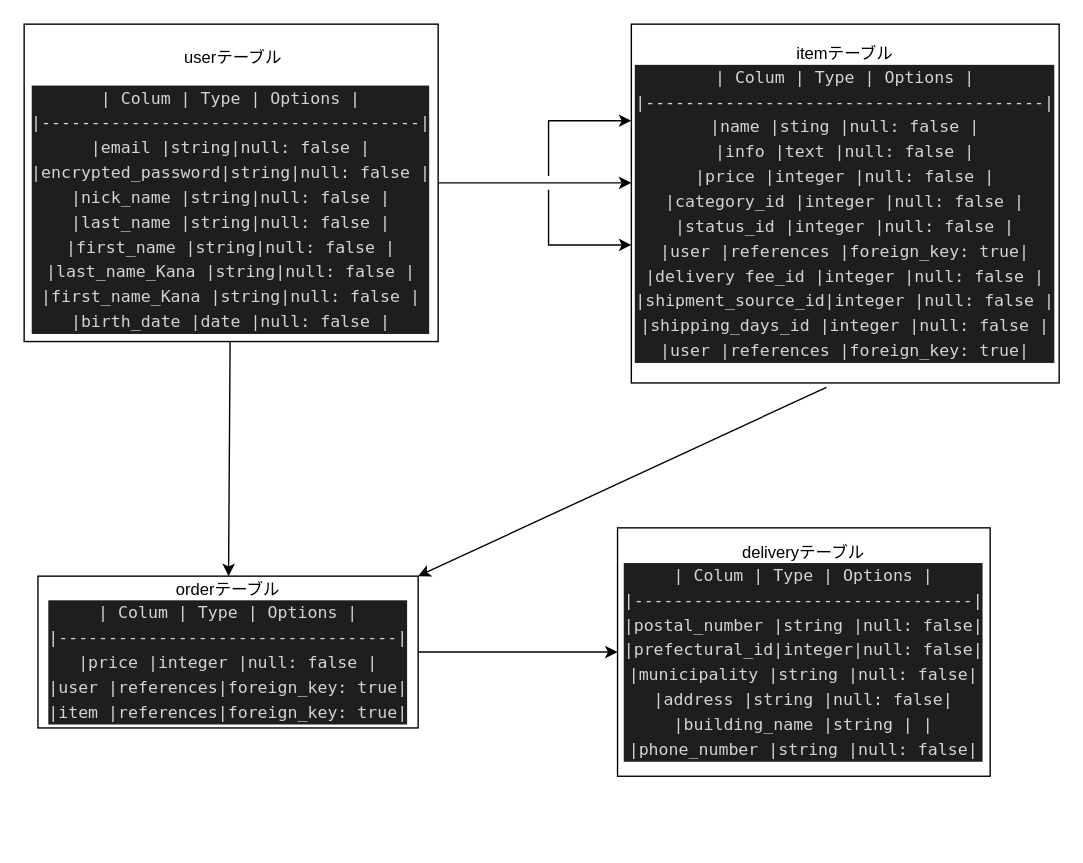
The draw.io diagram furima.dio in kenshiro0107/furima-31158, before the edit. Source tidied: cells renumbered, new cells numbered last; positions are measured from the earlier drawing's top-left corner, leaving out a move shared by most shapes. Both pictures are drawn from the tidied source at 138%, with x=0, y=0 at pixel (23, 23).
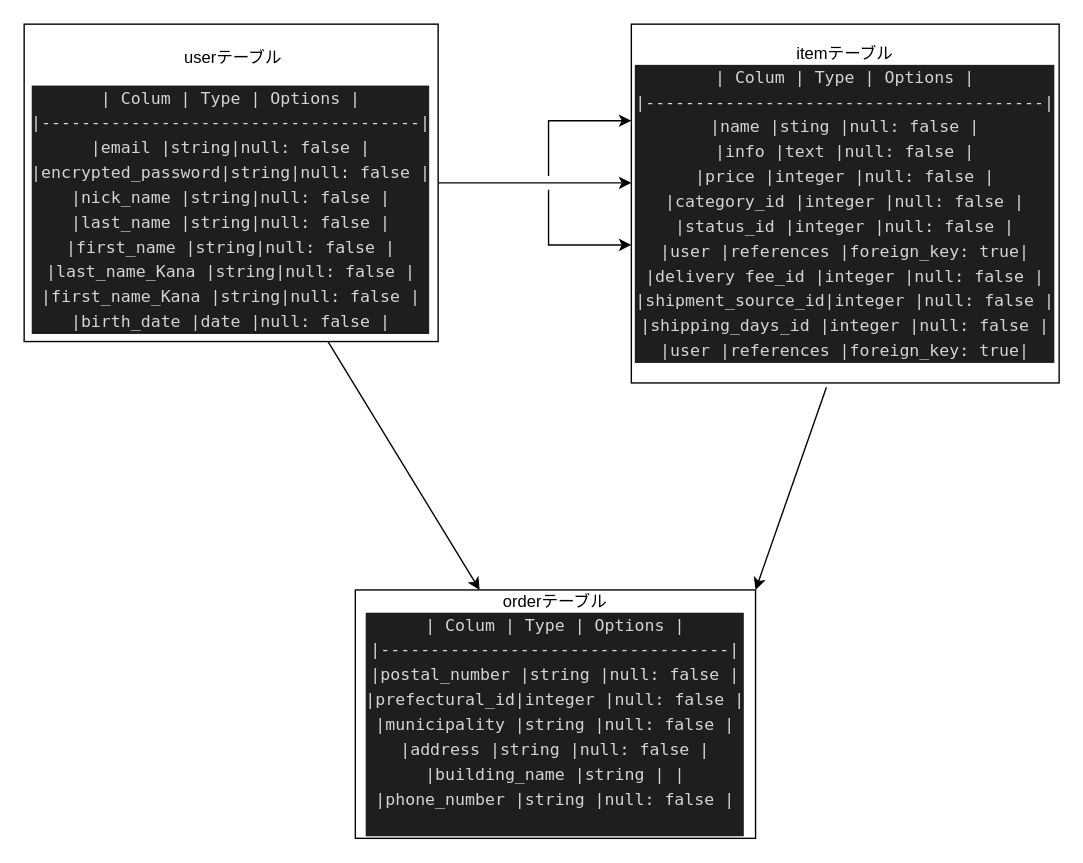
The same page after the edit.

Commit message (it also covers changes not shown here):
データベース設計４

The edit, as a diff of the source:
```diff
@@
 <mxGraphModel>
   <root>
     <mxCell id="0" />
     <mxCell id="1" parent="0" />
     <mxCell id="2" style="edgeStyle=none;rounded=0;jettySize=auto;html=1;" parent="1" edge="1" source="4">
       <mxGeometry relative="1" as="geometry">
         <mxPoint x="440" y="115" as="targetPoint" />
       </mxGeometry>
     </mxCell>
     <mxCell id="3" style="edgeStyle=none;rounded=0;orthogonalLoop=1;jettySize=auto;html=1;" parent="1" edge="1">
       <mxGeometry relative="1" as="geometry">
         <mxPoint x="380" y="110" as="sourcePoint" />
         <mxPoint x="440" y="70" as="targetPoint" />
         <Array as="points">
           <mxPoint x="380" y="70" />
         </Array>
       </mxGeometry>
     </mxCell>
     <mxCell id="4" value="&lt;p&gt;&amp;nbsp;userテーブル&lt;/p&gt;&lt;div style=&quot;color: rgb(212 , 212 , 212) ; background-color: rgb(30 , 30 , 30) ; font-family: &amp;#34;menlo&amp;#34; , &amp;#34;monaco&amp;#34; , &amp;#34;courier new&amp;#34; , monospace ; line-height: 18px&quot;&gt;&lt;div&gt;| Colum            | Type | Options    |&lt;/div&gt;&lt;div&gt;|--------------------------------------|&lt;/div&gt;&lt;div&gt;|email             |string|null: false |&lt;/div&gt;&lt;div&gt;|encrypted_password|string|null: false |&lt;/div&gt;&lt;div&gt;|nick_name         |string|null: false |&lt;/div&gt;&lt;div&gt;|last_name         |string|null: false |&lt;/div&gt;&lt;div&gt;|first_name        |string|null: false |&lt;/div&gt;&lt;div&gt;|last_name_Kana    |string|null: false |&lt;/div&gt;&lt;div&gt;|first_name_Kana   |string|null: false |&lt;/div&gt;&lt;div&gt;|birth_date        |date  |null: false |&lt;/div&gt;&lt;/div&gt;" style="whiteSpace=wrap;html=1;" parent="1" vertex="1">
       <mxGeometry width="300" height="230" as="geometry" />
     </mxCell>
     <mxCell id="5" value="itemテーブル&lt;br&gt;&lt;div style=&quot;color: rgb(212 , 212 , 212) ; background-color: rgb(30 , 30 , 30) ; font-family: &amp;#34;menlo&amp;#34; , &amp;#34;monaco&amp;#34; , &amp;#34;courier new&amp;#34; , monospace ; line-height: 18px&quot;&gt;&lt;div style=&quot;font-family: &amp;#34;menlo&amp;#34; , &amp;#34;monaco&amp;#34; , &amp;#34;courier new&amp;#34; , monospace ; line-height: 18px&quot;&gt;&lt;div style=&quot;font-family: &amp;#34;menlo&amp;#34; , &amp;#34;monaco&amp;#34; , &amp;#34;courier new&amp;#34; , monospace ; line-height: 18px&quot;&gt;&lt;div style=&quot;font-family: &amp;#34;menlo&amp;#34; , &amp;#34;monaco&amp;#34; , &amp;#34;courier new&amp;#34; , monospace ; line-height: 18px&quot;&gt;&lt;div style=&quot;font-family: &amp;#34;menlo&amp;#34; , &amp;#34;monaco&amp;#34; , &amp;#34;courier new&amp;#34; , monospace ; line-height: 18px&quot;&gt;&lt;div&gt;| Colum            | Type        | Options         |&lt;/div&gt;&lt;div&gt;|----------------------------------------|&lt;/div&gt;&lt;div&gt;|name              |sting        |null: false      |&lt;/div&gt;&lt;div&gt;|info              |text         |null: false      |&lt;/div&gt;&lt;div&gt;|price             |integer      |null: false      |&lt;/div&gt;&lt;div&gt;|category_id       |integer      |null: false      |&lt;/div&gt;&lt;div&gt;|status_id         |integer      |null: false      |&lt;/div&gt;&lt;div&gt;|user              |references   |foreign_key: true|&lt;/div&gt;&lt;div&gt;|delivery fee_id   |integer      |null: false      |&lt;/div&gt;&lt;div&gt;|shipment_source_id|integer      |null: false      |&lt;/div&gt;&lt;div&gt;|shipping_days_id  |integer      |null: false      |&lt;/div&gt;&lt;div&gt;|user              |references   |foreign_key: true|&lt;/div&gt;&lt;/div&gt;&lt;/div&gt;&lt;/div&gt;&lt;/div&gt;&lt;/div&gt;" style="whiteSpace=wrap;html=1;" parent="1" vertex="1">
       <mxGeometry x="440" width="310" height="260" as="geometry" />
     </mxCell>
     <mxCell id="6" style="edgeStyle=none;rounded=0;jettySize=auto;html=1;exitX=0.456;exitY=1.012;exitDx=0;exitDy=0;exitPerimeter=0;entryX=1;entryY=0;entryDx=0;entryDy=0;" parent="1" edge="1" source="5" target="9">
       <mxGeometry relative="1" as="geometry" />
     </mxCell>
     <mxCell id="7" style="edgeStyle=none;rounded=0;jettySize=auto;html=1;" parent="1" edge="1" source="4" target="9">
       <mxGeometry relative="1" as="geometry" />
     </mxCell>
-    <mxCell id="8" style="edgeStyle=none;rounded=0;jettySize=auto;html=1;" parent="1" edge="1" source="9">
-      <mxGeometry relative="1" as="geometry">
-        <mxPoint x="430" y="455" as="targetPoint" />
-      </mxGeometry>
-    </mxCell>
-    <mxCell id="9" value="orderテーブル&lt;br&gt;&lt;div style=&quot;color: rgb(212 , 212 , 212) ; background-color: rgb(30 , 30 , 30) ; font-family: &amp;#34;menlo&amp;#34; , &amp;#34;monaco&amp;#34; , &amp;#34;courier new&amp;#34; , monospace ; line-height: 18px&quot;&gt;&lt;div&gt;| Colum        | Type     | Options         |&lt;/div&gt;&lt;div&gt;|----------------------------------|&lt;/div&gt;&lt;div&gt;|price         |integer   |null: false      |&lt;/div&gt;&lt;div&gt;|user          |references|foreign_key: true|&lt;/div&gt;&lt;div&gt;|item          |references|foreign_key: true|&lt;/div&gt;&lt;/div&gt;" style="whiteSpace=wrap;html=1;" parent="1" vertex="1">
-      <mxGeometry x="10" y="400" width="275.5" height="110" as="geometry" />
+    <mxCell id="9" value="orderテーブル&lt;br&gt;&lt;div style=&quot;color: rgb(212 , 212 , 212) ; background-color: rgb(30 , 30 , 30) ; font-family: &amp;#34;menlo&amp;#34; , &amp;#34;monaco&amp;#34; , &amp;#34;courier new&amp;#34; , monospace ; line-height: 18px&quot;&gt;&lt;div style=&quot;font-family: &amp;#34;menlo&amp;#34; , &amp;#34;monaco&amp;#34; , &amp;#34;courier new&amp;#34; , monospace ; line-height: 18px&quot;&gt;&lt;div style=&quot;font-family: &amp;#34;menlo&amp;#34; , &amp;#34;monaco&amp;#34; , &amp;#34;courier new&amp;#34; , monospace ; line-height: 18px&quot;&gt;&lt;div&gt;| Colum        | Type     | Options         |&lt;/div&gt;&lt;div&gt;|-----------------------------------|&lt;/div&gt;&lt;div&gt;|postal_number |string    |null: false      |&lt;/div&gt;&lt;div&gt;|prefectural_id|integer   |null: false      |&lt;/div&gt;&lt;div&gt;|municipality  |string    |null: false      |&lt;/div&gt;&lt;div&gt;|address       |string    |null: false      |&lt;/div&gt;&lt;div&gt;|building_name |string    |                 |&lt;/div&gt;&lt;div&gt;|phone_number  |string    |null: false      |&lt;/div&gt;&lt;br&gt;&lt;/div&gt;&lt;/div&gt;&lt;/div&gt;" style="whiteSpace=wrap;html=1;" parent="1" vertex="1">
+      <mxGeometry x="240" y="410" width="290" height="180" as="geometry" />
     </mxCell>
     <mxCell id="10" style="edgeStyle=none;rounded=0;orthogonalLoop=1;jettySize=auto;html=1;" parent="1" edge="1">
       <mxGeometry relative="1" as="geometry">
         <mxPoint x="380" y="120" as="sourcePoint" />
         <mxPoint x="440" y="160" as="targetPoint" />
         <Array as="points">
           <mxPoint x="380" y="160" />
         </Array>
       </mxGeometry>
     </mxCell>
-    <mxCell id="11" value="deliveryテーブル&lt;br&gt;&lt;div style=&quot;color: rgb(212 , 212 , 212) ; background-color: rgb(30 , 30 , 30) ; font-family: &amp;#34;menlo&amp;#34; , &amp;#34;monaco&amp;#34; , &amp;#34;courier new&amp;#34; , monospace ; line-height: 18px&quot;&gt;&lt;div style=&quot;font-family: &amp;#34;menlo&amp;#34; , &amp;#34;monaco&amp;#34; , &amp;#34;courier new&amp;#34; , monospace ; line-height: 18px&quot;&gt;&lt;div&gt;| Colum        | Type  | Options   |&lt;/div&gt;&lt;div&gt;|----------------------------------|&lt;/div&gt;&lt;div&gt;|postal_number |string |null: false|&lt;/div&gt;&lt;div&gt;|prefectural_id|integer|null: false|&lt;/div&gt;&lt;div&gt;|municipality  |string |null: false|&lt;/div&gt;&lt;div&gt;|address       |string |null: false|&lt;/div&gt;&lt;div&gt;|building_name |string |           |&lt;/div&gt;&lt;div&gt;|phone_number  |string |null: false|&lt;/div&gt;&lt;/div&gt;&lt;/div&gt;" style="whiteSpace=wrap;html=1;" parent="1" vertex="1">
-      <mxGeometry x="430" y="365" width="270" height="180" as="geometry" />
-    </mxCell>
   </root>
 </mxGraphModel>
```
